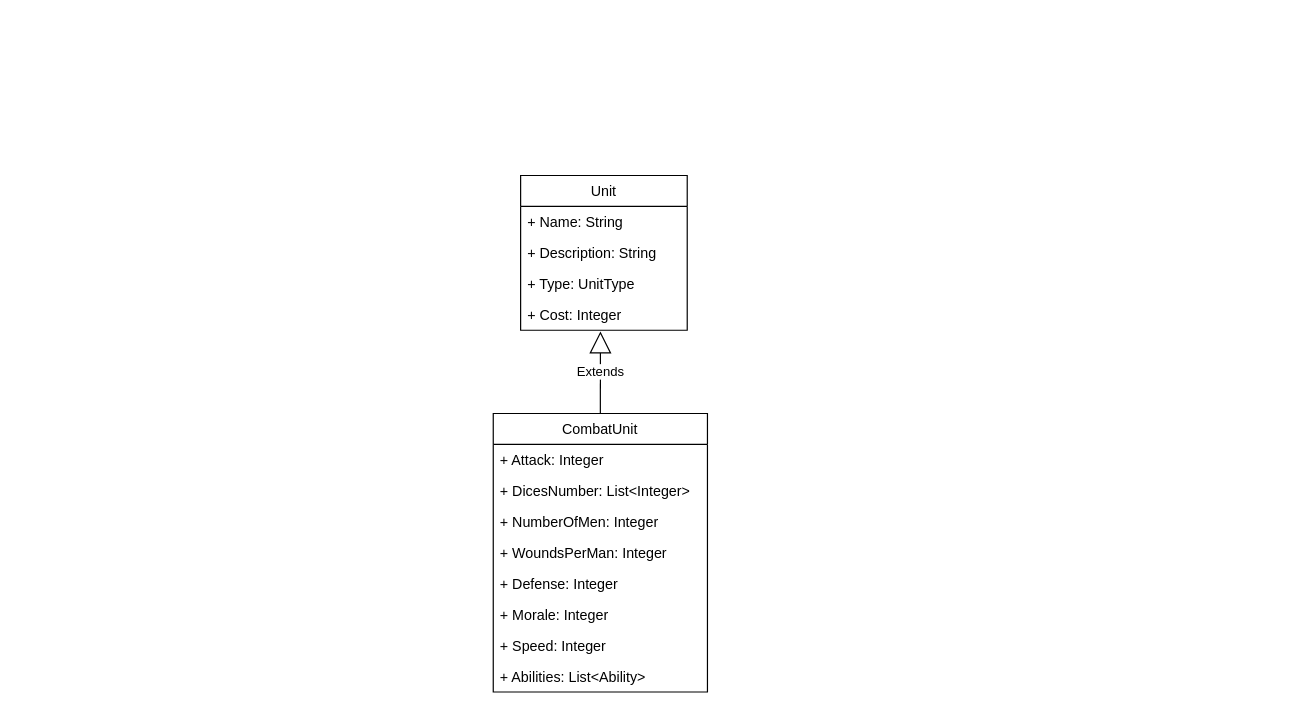
Earlier version of the draw.io diagram ASOIAF Builder Diagram.drawio (Rynnoceros/AsoiafBuilderApp). Source tidied: cells renumbered, new cells numbered last; positions are measured from the earlier drawing's top-left corner, leaving out a move shared by most shapes. Both pictures are drawn from the tidied source at 119%, with x=0, y=0 at pixel (493, 175).
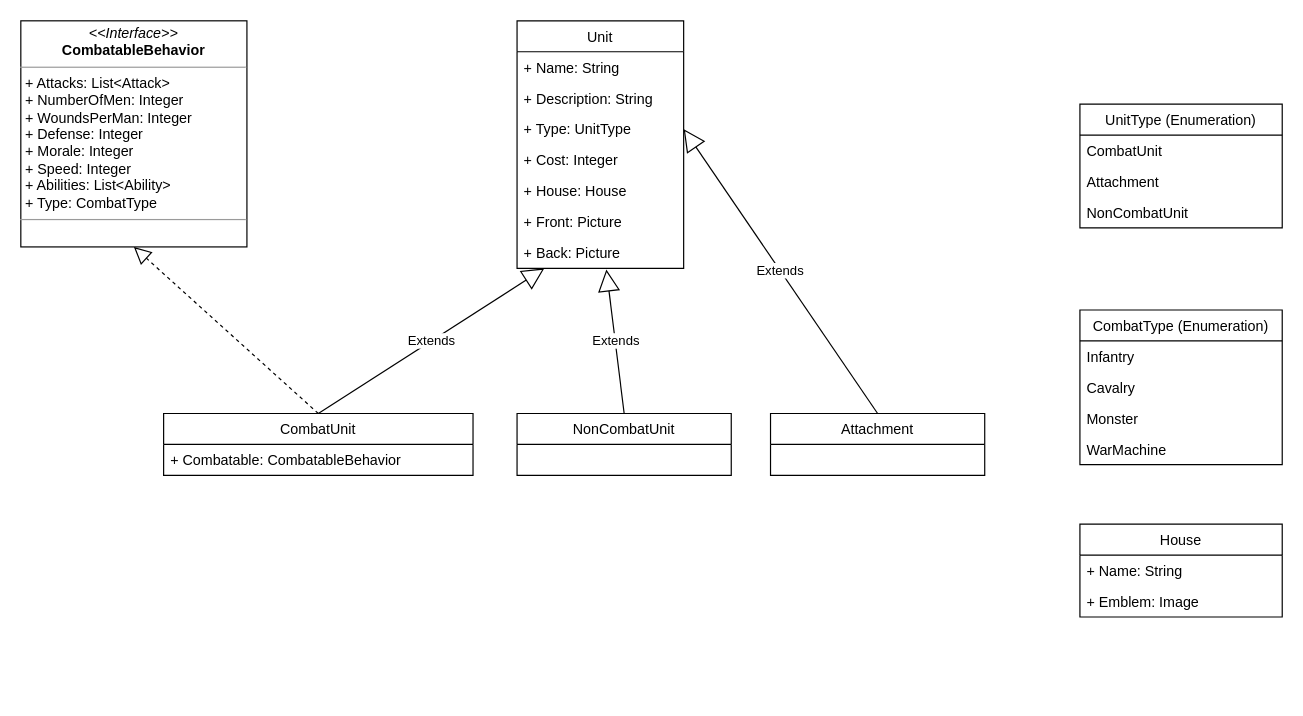
The same diagram, later.

The change refers to these unchanged cells:
```xml
<mxCell id="5" value="+ Type: UnitType" style="text;strokeColor=none;fillColor=none;align=left;verticalAlign=top;spacingLeft=4;spacingRight=4;overflow=hidden;points=[[0,0.5],[1,0.5]];portConstraint=eastwest;" parent="2" vertex="1">
  <mxGeometry y="78" width="140" height="26" as="geometry" />
</mxCell>
<mxCell id="6" value="+ Cost: Integer" style="text;strokeColor=none;fillColor=none;align=left;verticalAlign=top;spacingLeft=4;spacingRight=4;overflow=hidden;points=[[0,0.5],[1,0.5]];portConstraint=eastwest;" parent="2" vertex="1">
  <mxGeometry y="104" width="140" height="26" as="geometry" />
</mxCell>
```

Diff of the diagram source:
```diff
@@
     <mxCell id="2" value="Unit" style="swimlane;fontStyle=0;horizontal=1;startSize=26;fillColor=none;" parent="1" vertex="1">
-      <mxGeometry x="23" width="140" height="130" as="geometry" />
+      <mxGeometry x="20" y="-130" width="140" height="208" as="geometry" />
     </mxCell>
@@
+    <mxCell id="17" value="+ House: House" style="text;strokeColor=none;fillColor=none;align=left;verticalAlign=top;spacingLeft=4;spacingRight=4;overflow=hidden;" parent="2" vertex="1">
+      <mxGeometry y="130" width="140" height="26" as="geometry" />
+    </mxCell>
+    <mxCell id="18" value="+ Front: Picture" style="text;strokeColor=none;fillColor=none;align=left;verticalAlign=top;spacingLeft=4;spacingRight=4;overflow=hidden;" parent="2" vertex="1">
+      <mxGeometry y="156" width="140" height="26" as="geometry" />
+    </mxCell>
+    <mxCell id="19" value="+ Back: Picture" style="text;strokeColor=none;fillColor=none;align=left;verticalAlign=top;spacingLeft=4;spacingRight=4;overflow=hidden;points=[[0,0.5],[1,0.5]];portConstraint=eastwest;" parent="2" vertex="1">
+      <mxGeometry y="182" width="140" height="26" as="geometry" />
+    </mxCell>
     <mxCell id="7" value="CombatUnit" style="swimlane;fontStyle=0;horizontal=1;startSize=26;fillColor=none;" parent="1" vertex="1">
-      <mxGeometry y="200" width="180" height="234" as="geometry" />
+      <mxGeometry x="-277" y="200" width="260" height="52" as="geometry" />
     </mxCell>
-    <mxCell id="8" value="+ Attack: Integer" style="text;strokeColor=none;fillColor=none;align=left;verticalAlign=top;spacingLeft=4;spacingRight=4;overflow=hidden;" parent="7" vertex="1">
-      <mxGeometry y="26" width="180" height="26" as="geometry" />
-    </mxCell>
-    <mxCell id="9" value="+ DicesNumber: List&lt;Integer&gt;" style="text;strokeColor=none;fillColor=none;align=left;verticalAlign=top;spacingLeft=4;spacingRight=4;overflow=hidden;" parent="7" vertex="1">
-      <mxGeometry y="52" width="180" height="26" as="geometry" />
-    </mxCell>
-    <mxCell id="10" value="+ NumberOfMen: Integer" style="text;strokeColor=none;fillColor=none;align=left;verticalAlign=top;spacingLeft=4;spacingRight=4;overflow=hidden;" parent="7" vertex="1">
-      <mxGeometry y="78" width="180" height="26" as="geometry" />
-    </mxCell>
-    <mxCell id="11" value="+ WoundsPerMan: Integer" style="text;strokeColor=none;fillColor=none;align=left;verticalAlign=top;spacingLeft=4;spacingRight=4;overflow=hidden;" parent="7" vertex="1">
-      <mxGeometry y="104" width="180" height="26" as="geometry" />
-    </mxCell>
-    <mxCell id="12" value="+ Defense: Integer" style="text;strokeColor=none;fillColor=none;align=left;verticalAlign=top;spacingLeft=4;spacingRight=4;overflow=hidden;" parent="7" vertex="1">
-      <mxGeometry y="130" width="180" height="26" as="geometry" />
-    </mxCell>
-    <mxCell id="13" value="+ Morale: Integer" style="text;strokeColor=none;fillColor=none;align=left;verticalAlign=top;spacingLeft=4;spacingRight=4;overflow=hidden;" parent="7" vertex="1">
-      <mxGeometry y="156" width="180" height="26" as="geometry" />
-    </mxCell>
-    <mxCell id="14" value="+ Speed: Integer" style="text;strokeColor=none;fillColor=none;align=left;verticalAlign=top;spacingLeft=4;spacingRight=4;overflow=hidden;" parent="7" vertex="1">
-      <mxGeometry y="182" width="180" height="26" as="geometry" />
-    </mxCell>
-    <mxCell id="15" value="+ Abilities: List&lt;Ability&gt;" style="text;strokeColor=none;fillColor=none;align=left;verticalAlign=top;spacingLeft=4;spacingRight=4;overflow=hidden;" parent="7" vertex="1">
-      <mxGeometry y="208" width="180" height="26" as="geometry" />
-    </mxCell>
+    <mxCell id="20" value="+ Combatable: CombatableBehavior" style="text;strokeColor=none;fillColor=none;align=left;verticalAlign=top;spacingLeft=4;spacingRight=4;overflow=hidden;" parent="7" vertex="1">
+      <mxGeometry y="26" width="260" height="26" as="geometry" />
+    </mxCell>
-    <mxCell id="16" value="Extends" style="endArrow=block;endSize=16;endFill=0;html=1;exitX=0.5;exitY=0;exitDx=0;exitDy=0;entryX=0.479;entryY=1.038;entryDx=0;entryDy=0;entryPerimeter=0;" parent="1" edge="1" source="7" target="6">
+    <mxCell id="16" value="Extends" style="endArrow=block;endSize=16;endFill=0;html=1;exitX=0.5;exitY=0;exitDx=0;exitDy=0;entryX=0.164;entryY=1;entryDx=0;entryDy=0;entryPerimeter=0;" parent="1" edge="1" source="7" target="19">
       <mxGeometry relative="1" as="geometry" />
     </mxCell>
+    <mxCell id="21" value="CombatType (Enumeration)" style="swimlane;fontStyle=0;horizontal=1;startSize=26;fillColor=none;" parent="1" vertex="1">
+      <mxGeometry x="493" y="113" width="170" height="130" as="geometry" />
+    </mxCell>
+    <mxCell id="22" value="Infantry" style="text;strokeColor=none;fillColor=none;align=left;verticalAlign=top;spacingLeft=4;spacingRight=4;overflow=hidden;" parent="21" vertex="1">
+      <mxGeometry y="26" width="170" height="26" as="geometry" />
+    </mxCell>
+    <mxCell id="23" value="Cavalry" style="text;strokeColor=none;fillColor=none;align=left;verticalAlign=top;spacingLeft=4;spacingRight=4;overflow=hidden;" parent="21" vertex="1">
+      <mxGeometry y="52" width="170" height="26" as="geometry" />
+    </mxCell>
+    <mxCell id="24" value="Monster" style="text;strokeColor=none;fillColor=none;align=left;verticalAlign=top;spacingLeft=4;spacingRight=4;overflow=hidden;" parent="21" vertex="1">
+      <mxGeometry y="78" width="170" height="26" as="geometry" />
+    </mxCell>
+    <mxCell id="25" value="WarMachine" style="text;strokeColor=none;fillColor=none;align=left;verticalAlign=top;spacingLeft=4;spacingRight=4;overflow=hidden;" parent="21" vertex="1">
+      <mxGeometry y="104" width="170" height="26" as="geometry" />
+    </mxCell>
+    <mxCell id="26" value="UnitType (Enumeration)" style="swimlane;fontStyle=0;horizontal=1;startSize=26;fillColor=none;" parent="1" vertex="1">
+      <mxGeometry x="493" y="-60" width="170" height="104" as="geometry" />
+    </mxCell>
+    <mxCell id="27" value="CombatUnit" style="text;strokeColor=none;fillColor=none;align=left;verticalAlign=top;spacingLeft=4;spacingRight=4;overflow=hidden;" parent="26" vertex="1">
+      <mxGeometry y="26" width="170" height="26" as="geometry" />
+    </mxCell>
+    <mxCell id="28" value="Attachment" style="text;strokeColor=none;fillColor=none;align=left;verticalAlign=top;spacingLeft=4;spacingRight=4;overflow=hidden;" parent="26" vertex="1">
+      <mxGeometry y="52" width="170" height="26" as="geometry" />
+    </mxCell>
+    <mxCell id="29" value="NonCombatUnit" style="text;strokeColor=none;fillColor=none;align=left;verticalAlign=top;spacingLeft=4;spacingRight=4;overflow=hidden;" parent="26" vertex="1">
+      <mxGeometry y="78" width="170" height="26" as="geometry" />
+    </mxCell>
+    <mxCell id="30" value="House" style="swimlane;fontStyle=0;horizontal=1;startSize=26;fillColor=none;" parent="1" vertex="1">
+      <mxGeometry x="493" y="293" width="170" height="78" as="geometry" />
+    </mxCell>
+    <mxCell id="31" value="+ Name: String" style="text;strokeColor=none;fillColor=none;align=left;verticalAlign=top;spacingLeft=4;spacingRight=4;overflow=hidden;" parent="30" vertex="1">
+      <mxGeometry y="26" width="170" height="26" as="geometry" />
+    </mxCell>
+    <mxCell id="32" value="+ Emblem: Image" style="text;strokeColor=none;fillColor=none;align=left;verticalAlign=top;spacingLeft=4;spacingRight=4;overflow=hidden;" parent="30" vertex="1">
+      <mxGeometry y="52" width="170" height="26" as="geometry" />
+    </mxCell>
+    <mxCell id="33" value="NonCombatUnit" style="swimlane;fontStyle=0;horizontal=1;startSize=26;fillColor=none;" parent="1" vertex="1">
+      <mxGeometry x="20" y="200" width="180" height="52" as="geometry" />
+    </mxCell>
+    <mxCell id="34" value="Extends" style="endArrow=block;endSize=16;endFill=0;html=1;exitX=0.5;exitY=0;exitDx=0;exitDy=0;entryX=0.536;entryY=1.038;entryDx=0;entryDy=0;entryPerimeter=0;" parent="1" edge="1" source="33" target="19">
+      <mxGeometry relative="1" as="geometry" />
+    </mxCell>
+    <mxCell id="35" value="Attachment" style="swimlane;fontStyle=0;horizontal=1;startSize=26;fillColor=none;" parent="1" vertex="1">
+      <mxGeometry x="233" y="200" width="180" height="52" as="geometry" />
+    </mxCell>
+    <mxCell id="36" value="Extends" style="endArrow=block;endSize=16;endFill=0;html=1;exitX=0.5;exitY=0;exitDx=0;exitDy=0;entryX=1;entryY=0.5;entryDx=0;entryDy=0;" parent="1" edge="1" source="35" target="5">
+      <mxGeometry relative="1" as="geometry" />
+    </mxCell>
+    <mxCell id="37" value="&lt;p style=&quot;margin: 0px ; margin-top: 4px ; text-align: center&quot;&gt;&lt;i&gt;&amp;lt;&amp;lt;Interface&amp;gt;&amp;gt;&lt;/i&gt;&lt;br&gt;&lt;b&gt;CombatableBehavior&lt;/b&gt;&lt;/p&gt;&lt;hr size=&quot;1&quot;&gt;&lt;p style=&quot;margin: 0px ; margin-left: 4px&quot;&gt;+ Attacks: List&amp;lt;Attack&amp;gt;&lt;br&gt;+ NumberOfMen: Integer&lt;/p&gt;&lt;p style=&quot;margin: 0px ; margin-left: 4px&quot;&gt;+ WoundsPerMan: Integer&lt;/p&gt;&lt;p style=&quot;margin: 0px ; margin-left: 4px&quot;&gt;+ Defense: Integer&lt;/p&gt;&lt;p style=&quot;margin: 0px ; margin-left: 4px&quot;&gt;+ Morale: Integer&lt;/p&gt;&lt;p style=&quot;margin: 0px ; margin-left: 4px&quot;&gt;+ Speed: Integer&lt;/p&gt;&lt;p style=&quot;margin: 0px ; margin-left: 4px&quot;&gt;+ Abilities: List&amp;lt;Ability&amp;gt;&lt;/p&gt;&lt;p style=&quot;margin: 0px ; margin-left: 4px&quot;&gt;+ Type: CombatType&lt;br&gt;&lt;/p&gt;&lt;hr size=&quot;1&quot;&gt;&lt;p style=&quot;margin: 0px ; margin-left: 4px&quot;&gt;&lt;br&gt;&lt;/p&gt;" style="verticalAlign=top;align=left;overflow=fill;fontSize=12;fontFamily=Helvetica;html=1;" parent="1" vertex="1">
+      <mxGeometry x="-397" y="-130" width="190" height="190" as="geometry" />
+    </mxCell>
+    <mxCell id="38" style="endArrow=block;dashed=1;endFill=0;endSize=12;html=1;entryX=0.5;entryY=1;entryDx=0;entryDy=0;exitX=0.5;exitY=0;exitDx=0;exitDy=0;" parent="1" edge="1" source="7" target="37">
+      <mxGeometry relative="1" as="geometry" />
+    </mxCell>
```
